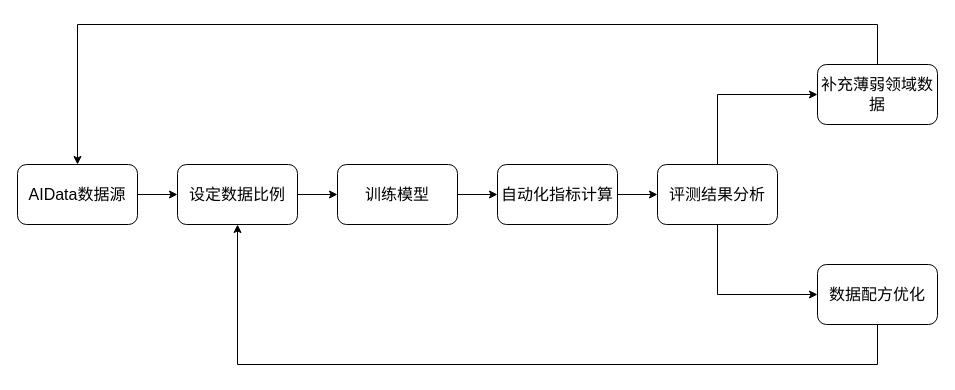
The draw.io diagram 未命名绘图.drawio in jiashenggu/note, before the edit. Source tidied: cells renumbered, new cells numbered last; positions are measured from the earlier drawing's top-left corner, leaving out a move shared by most shapes. Both pictures are drawn from the tidied source at 100%, with x=0, y=0 at pixel (17, 24).
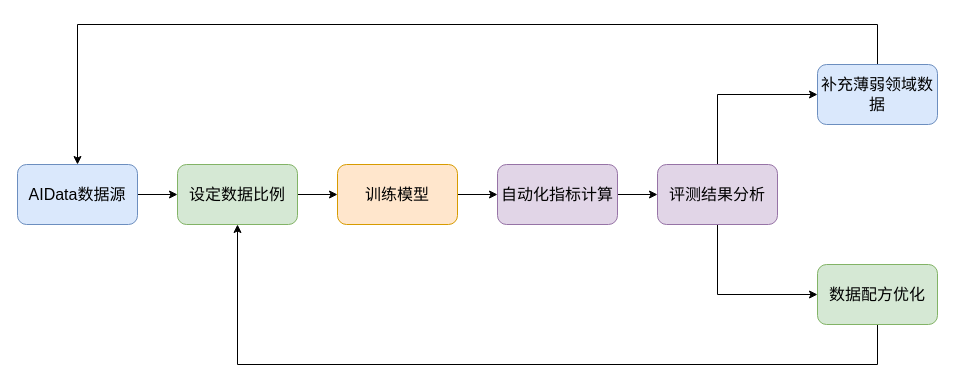
The same page after the edit.

Commit message (it also covers changes not shown here):
更新未命名绘图.drawio

What changed in the source:
```diff
@@
-    <mxCell id="3" value="&lt;font style=&quot;font-size: 16px;&quot;&gt;AIData数据源&lt;/font&gt;" style="rounded=1;whiteSpace=wrap;html=1;" parent="1" vertex="1">
+    <mxCell id="3" value="&lt;font style=&quot;font-size: 16px;&quot;&gt;AIData数据源&lt;/font&gt;" style="rounded=1;whiteSpace=wrap;html=1;fillColor=#dae8fc;strokeColor=#6c8ebf;" parent="1" vertex="1">
       <mxGeometry y="140" width="120" height="60" as="geometry" />
     </mxCell>
@@
-    <mxCell id="5" value="&lt;font style=&quot;font-size: 16px;&quot;&gt;设定数据比例&lt;/font&gt;" style="rounded=1;whiteSpace=wrap;html=1;" parent="1" vertex="1">
+    <mxCell id="5" value="&lt;font style=&quot;font-size: 16px;&quot;&gt;设定数据比例&lt;/font&gt;" style="rounded=1;whiteSpace=wrap;html=1;fillColor=#d5e8d4;strokeColor=#82b366;" parent="1" vertex="1">
       <mxGeometry x="160" y="140" width="120" height="60" as="geometry" />
     </mxCell>
@@
-    <mxCell id="7" value="&lt;font style=&quot;font-size: 16px;&quot;&gt;训练模型&lt;/font&gt;" style="rounded=1;whiteSpace=wrap;html=1;" parent="1" vertex="1">
+    <mxCell id="7" value="&lt;font style=&quot;font-size: 16px;&quot;&gt;训练模型&lt;/font&gt;" style="rounded=1;whiteSpace=wrap;html=1;fillColor=#ffe6cc;strokeColor=#d79b00;" parent="1" vertex="1">
       <mxGeometry x="320" y="140" width="120" height="60" as="geometry" />
     </mxCell>
@@
-    <mxCell id="9" value="&lt;font style=&quot;font-size: 16px;&quot;&gt;自动化指标计算&lt;/font&gt;" style="rounded=1;whiteSpace=wrap;html=1;" parent="1" vertex="1">
+    <mxCell id="9" value="&lt;font style=&quot;font-size: 16px;&quot;&gt;自动化指标计算&lt;/font&gt;" style="rounded=1;whiteSpace=wrap;html=1;fillColor=#e1d5e7;strokeColor=#9673a6;" parent="1" vertex="1">
       <mxGeometry x="480" y="140" width="120" height="60" as="geometry" />
     </mxCell>
@@
-    <mxCell id="12" value="&lt;font style=&quot;font-size: 16px;&quot;&gt;评测结果分析&lt;/font&gt;" style="rounded=1;whiteSpace=wrap;html=1;" parent="1" vertex="1">
+    <mxCell id="12" value="&lt;font style=&quot;font-size: 16px;&quot;&gt;评测结果分析&lt;/font&gt;" style="rounded=1;whiteSpace=wrap;html=1;fillColor=#e1d5e7;strokeColor=#9673a6;" parent="1" vertex="1">
       <mxGeometry x="640" y="140" width="120" height="60" as="geometry" />
     </mxCell>
-    <mxCell id="13" style="edgeStyle=orthogonalEdgeStyle;rounded=0;orthogonalLoop=1;jettySize=auto;html=1;" parent="1" edge="1">
+    <mxCell id="13" style="edgeStyle=orthogonalEdgeStyle;rounded=0;jettySize=auto;html=1;exitX=0.5;exitY=1;exitDx=0;exitDy=0;entryX=0.5;entryY=1;entryDx=0;entryDy=0;" parent="1" edge="1" source="14" target="5">
       <mxGeometry relative="1" as="geometry">
-        <mxPoint x="860" y="290" as="sourcePoint" />
-        <mxPoint x="220" y="200" as="targetPoint" />
         <Array as="points">
           <mxPoint x="860" y="340" />
           <mxPoint x="220" y="340" />
         </Array>
       </mxGeometry>
     </mxCell>
-    <mxCell id="14" value="&lt;font style=&quot;font-size: 16px;&quot;&gt;数据配方优化&lt;/font&gt;" style="rounded=1;whiteSpace=wrap;html=1;" parent="1" vertex="1">
+    <mxCell id="14" value="&lt;font style=&quot;font-size: 16px;&quot;&gt;数据配方优化&lt;/font&gt;" style="rounded=1;whiteSpace=wrap;html=1;fillColor=#d5e8d4;strokeColor=#82b366;" parent="1" vertex="1">
       <mxGeometry x="800" y="240" width="120" height="60" as="geometry" />
     </mxCell>
@@
-    <mxCell id="16" value="&lt;span style=&quot;background-color: transparent; color: light-dark(rgb(0, 0, 0), rgb(255, 255, 255));&quot;&gt;&lt;font style=&quot;font-size: 16px;&quot;&gt;补充薄弱领域数据&lt;/font&gt;&lt;/span&gt;" style="rounded=1;whiteSpace=wrap;html=1;" parent="1" vertex="1">
+    <mxCell id="16" value="&lt;span style=&quot;background-color: transparent; color: light-dark(rgb(0, 0, 0), rgb(255, 255, 255));&quot;&gt;&lt;font style=&quot;font-size: 16px;&quot;&gt;补充薄弱领域数据&lt;/font&gt;&lt;/span&gt;" style="rounded=1;whiteSpace=wrap;html=1;fillColor=#dae8fc;strokeColor=#6c8ebf;" parent="1" vertex="1">
       <mxGeometry x="800" y="40" width="120" height="60" as="geometry" />
     </mxCell>
```
